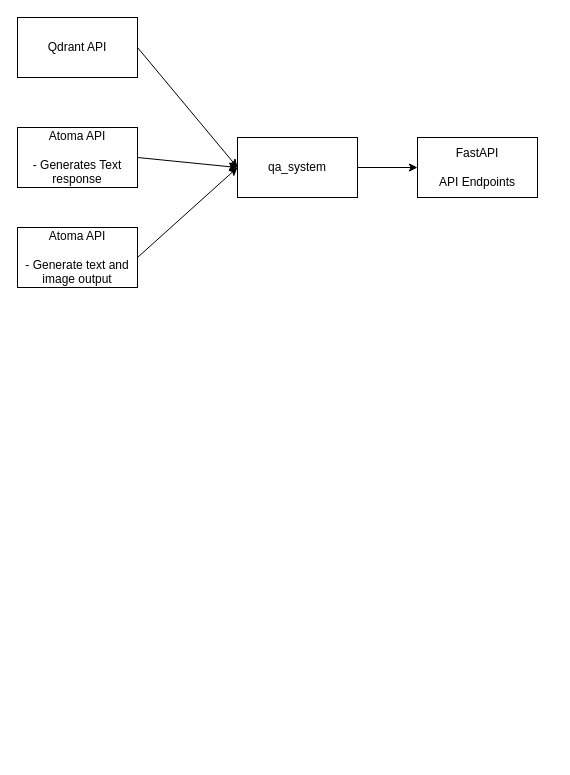
Above: working.drawio in smrkarkii/CEP (draw.io), before the change. Source tidied: cells renumbered, new cells numbered last; positions are measured from the earlier drawing's top-left corner, leaving out a move shared by most shapes. Both pictures are drawn from the tidied source at 100%, with x=0, y=0 at pixel (17, 17).
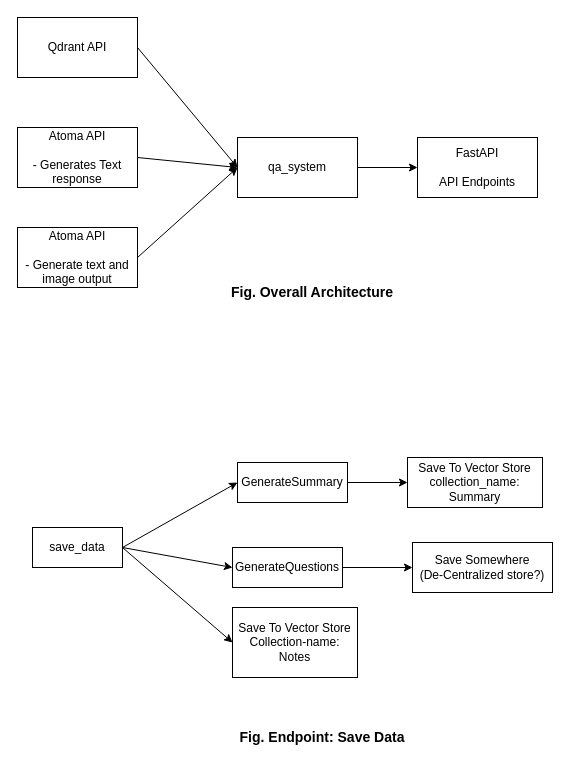
After the change.

Commit message (it also covers changes not shown here):
done: save_data: image+text, chat: image+text_query

What changed in the source:
```diff
@@
+    <mxCell id="11" style="edgeStyle=none;html=1;exitX=1;exitY=0.5;exitDx=0;exitDy=0;entryX=0;entryY=0.5;entryDx=0;entryDy=0;" parent="1" edge="1" source="12" target="14">
+      <mxGeometry relative="1" as="geometry" />
+    </mxCell>
+    <mxCell id="12" value="save_data" style="rounded=0;whiteSpace=wrap;html=1;" parent="1" vertex="1">
+      <mxGeometry x="15" y="510" width="90" height="40" as="geometry" />
+    </mxCell>
+    <mxCell id="13" style="edgeStyle=none;html=1;exitX=1;exitY=0.5;exitDx=0;exitDy=0;entryX=0;entryY=0.5;entryDx=0;entryDy=0;" parent="1" edge="1" source="14" target="18">
+      <mxGeometry relative="1" as="geometry" />
+    </mxCell>
+    <mxCell id="14" value="GenerateSummary" style="rounded=0;whiteSpace=wrap;html=1;" parent="1" vertex="1">
+      <mxGeometry x="220" y="445" width="110" height="40" as="geometry" />
+    </mxCell>
+    <mxCell id="15" style="edgeStyle=none;html=1;exitX=1;exitY=0.5;exitDx=0;exitDy=0;entryX=0;entryY=0.5;entryDx=0;entryDy=0;" parent="1" edge="1" source="16" target="19">
+      <mxGeometry relative="1" as="geometry" />
+    </mxCell>
+    <mxCell id="16" value="GenerateQuestions" style="rounded=0;whiteSpace=wrap;html=1;" parent="1" vertex="1">
+      <mxGeometry x="215" y="530" width="110" height="40" as="geometry" />
+    </mxCell>
+    <mxCell id="17" style="edgeStyle=none;html=1;exitX=1;exitY=0.5;exitDx=0;exitDy=0;entryX=0;entryY=0.5;entryDx=0;entryDy=0;" parent="1" edge="1" source="12" target="16">
+      <mxGeometry relative="1" as="geometry" />
+    </mxCell>
+    <mxCell id="18" value="Save To Vector Store&lt;br&gt;collection_name: Summary" style="rounded=0;whiteSpace=wrap;html=1;" parent="1" vertex="1">
+      <mxGeometry x="390" y="440" width="135" height="50" as="geometry" />
+    </mxCell>
+    <mxCell id="19" value="Save Somewhere&lt;br&gt;(De-Centralized store?)" style="rounded=0;whiteSpace=wrap;html=1;" parent="1" vertex="1">
+      <mxGeometry x="395" y="525" width="140" height="50" as="geometry" />
+    </mxCell>
+    <mxCell id="20" value="Save To Vector Store&lt;br&gt;Collection-name: Notes" style="rounded=0;whiteSpace=wrap;html=1;" parent="1" vertex="1">
+      <mxGeometry x="215" y="590" width="125" height="70" as="geometry" />
+    </mxCell>
+    <mxCell id="21" style="edgeStyle=none;html=1;exitX=1;exitY=0.5;exitDx=0;exitDy=0;entryX=0;entryY=0.5;entryDx=0;entryDy=0;" parent="1" edge="1" source="12" target="20">
+      <mxGeometry relative="1" as="geometry" />
+    </mxCell>
+    <mxCell id="22" value="&lt;b&gt;&lt;font style=&quot;font-size: 14px;&quot;&gt;Fig. Endpoint: Save Data&lt;/font&gt;&lt;/b&gt;" style="text;html=1;strokeColor=none;fillColor=none;align=center;verticalAlign=middle;whiteSpace=wrap;rounded=0;" parent="1" vertex="1">
+      <mxGeometry x="215" y="700" width="180" height="40" as="geometry" />
+    </mxCell>
+    <mxCell id="23" value="&lt;b&gt;&lt;font style=&quot;font-size: 14px;&quot;&gt;Fig. Overall Architecture&lt;/font&gt;&lt;/b&gt;" style="text;html=1;strokeColor=none;fillColor=none;align=center;verticalAlign=middle;whiteSpace=wrap;rounded=0;" parent="1" vertex="1">
+      <mxGeometry x="210" y="260" width="170" height="30" as="geometry" />
+    </mxCell>
```
